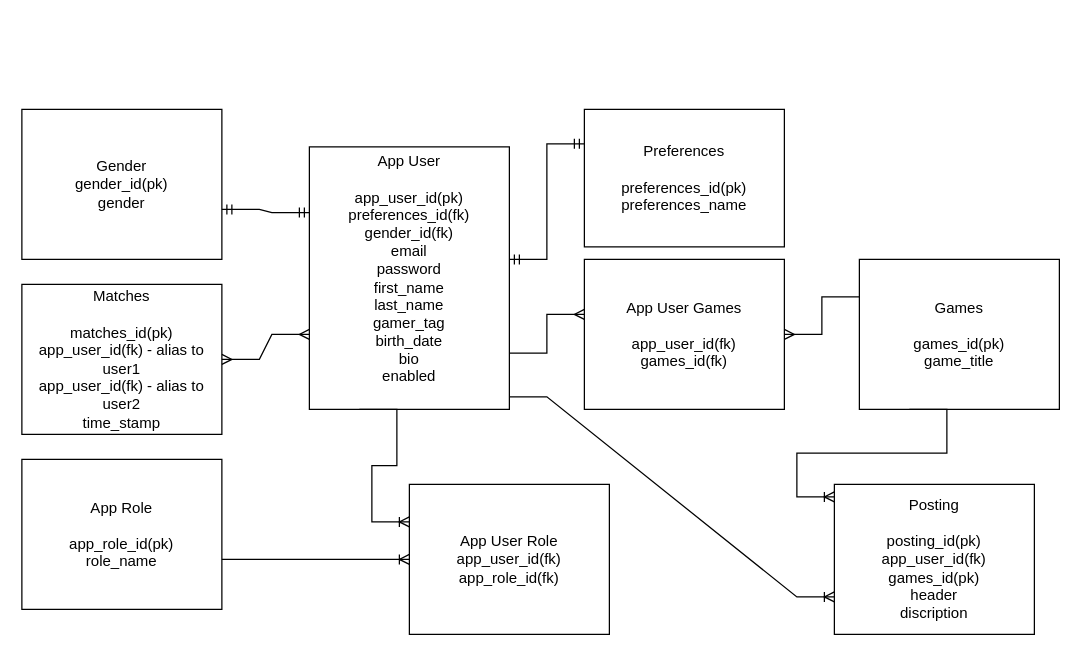
Earlier version of the draw.io diagram capstone.drawio (JLDeee/capstone). Source tidied: cells renumbered, new cells numbered last; positions are measured from the earlier drawing's top-left corner, leaving out a move shared by most shapes. Both pictures are drawn from the tidied source at 125%, with x=0, y=0 at pixel (21, 109).
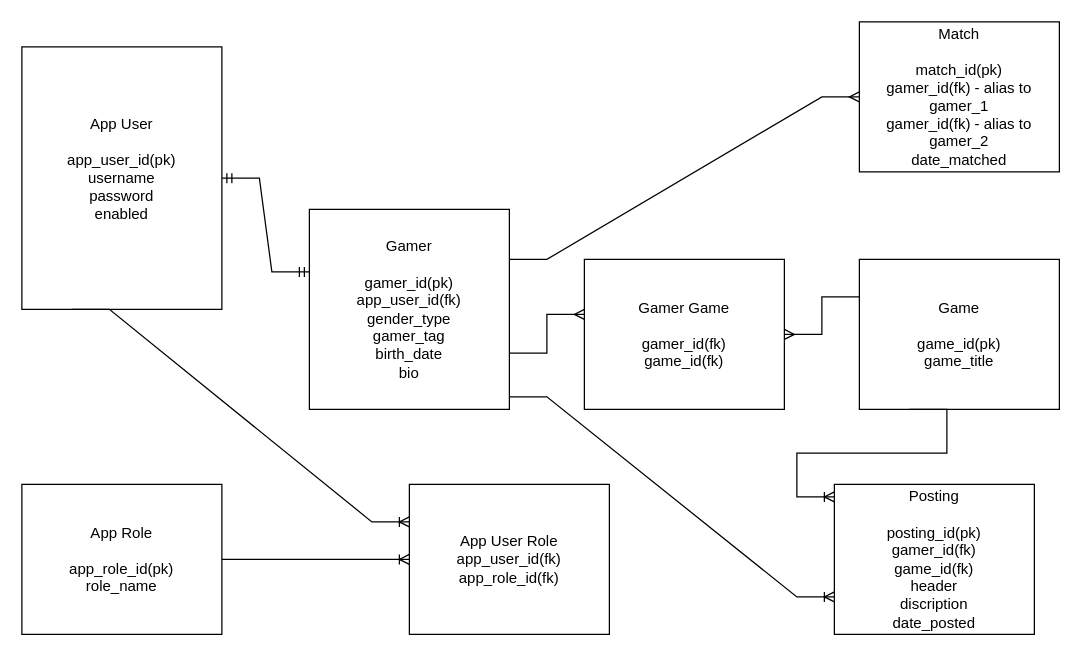
The same page after the edit.

The edit, as a diff of the source:
```diff
@@
-    <mxCell id="3" value="App User&lt;br&gt;&lt;br&gt;app_user_id(pk)&lt;br&gt;preferences_id(fk)&lt;br&gt;gender_id(fk)&lt;br&gt;&lt;div style=&quot;&quot;&gt;email&lt;/div&gt;&lt;div style=&quot;&quot;&gt;password&lt;/div&gt;&lt;div style=&quot;&quot;&gt;&lt;div&gt;first_name&lt;/div&gt;&lt;div&gt;last_name&lt;/div&gt;&lt;div&gt;gamer_tag&lt;/div&gt;&lt;/div&gt;&lt;div style=&quot;&quot;&gt;birth_date&lt;/div&gt;&lt;div style=&quot;&quot;&gt;bio&lt;/div&gt;&lt;div style=&quot;&quot;&gt;enabled&lt;/div&gt;&lt;div style=&quot;&quot;&gt;&lt;br&gt;&lt;/div&gt;" style="rounded=0;whiteSpace=wrap;html=1;align=center;" parent="1" vertex="1">
-      <mxGeometry x="230" y="30" width="160" height="210" as="geometry" />
+    <mxCell id="3" value="App User&lt;br&gt;&lt;br&gt;app_user_id(pk)&lt;br&gt;&lt;div style=&quot;&quot;&gt;username&lt;/div&gt;&lt;div style=&quot;&quot;&gt;password&lt;/div&gt;&lt;div style=&quot;&quot;&gt;enabled&lt;/div&gt;&lt;div style=&quot;&quot;&gt;&lt;br&gt;&lt;/div&gt;" style="rounded=0;whiteSpace=wrap;html=1;align=center;" parent="1" vertex="1">
+      <mxGeometry y="-50" width="160" height="210" as="geometry" />
     </mxCell>
-    <mxCell id="4" value="Games&lt;br&gt;&lt;br&gt;games_id(pk)&lt;br&gt;game_title" style="rounded=0;whiteSpace=wrap;html=1;" parent="1" vertex="1">
+    <mxCell id="4" value="Game&lt;br&gt;&lt;br&gt;game_id(pk)&lt;br&gt;game_title" style="rounded=0;whiteSpace=wrap;html=1;" parent="1" vertex="1">
       <mxGeometry x="670" y="120" width="160" height="120" as="geometry" />
     </mxCell>
-    <mxCell id="5" value="App User Games&lt;br&gt;&lt;br&gt;app_user_id(fk)&lt;br&gt;games_id(fk)" style="rounded=0;whiteSpace=wrap;html=1;" parent="1" vertex="1">
+    <mxCell id="5" value="Gamer Game&lt;br&gt;&lt;br&gt;gamer_id(fk)&lt;br&gt;game_id(fk)" style="rounded=0;whiteSpace=wrap;html=1;" parent="1" vertex="1">
       <mxGeometry x="450" y="120" width="160" height="120" as="geometry" />
     </mxCell>
-    <mxCell id="6" value="Matches&lt;br&gt;&lt;br&gt;matches_id(pk)&lt;br&gt;app_user_id(fk) - alias to user1&lt;br&gt;app_user_id(fk) - alias to user2&lt;br&gt;time_stamp" style="rounded=0;whiteSpace=wrap;html=1;" parent="1" vertex="1">
-      <mxGeometry y="140" width="160" height="120" as="geometry" />
+    <mxCell id="6" value="Match&lt;br&gt;&lt;br&gt;match_id(pk)&lt;br&gt;gamer_id(fk) - alias to gamer_1&lt;br&gt;gamer_id(fk) - alias to gamer_2&lt;br&gt;date_matched" style="rounded=0;whiteSpace=wrap;html=1;" parent="1" vertex="1">
+      <mxGeometry x="670" y="-70" width="160" height="120" as="geometry" />
     </mxCell>
-    <mxCell id="7" style="edgeStyle=entityRelationEdgeStyle;fontSize=12;html=1;endArrow=ERmany;startArrow=ERmany;rounded=0;" parent="1" edge="1">
-      <mxGeometry relative="1" as="geometry">
-        <mxPoint x="160" y="200" as="sourcePoint" />
-        <mxPoint x="230" y="180" as="targetPoint" />
-      </mxGeometry>
-    </mxCell>
     <mxCell id="8" value="App Role&lt;br&gt;&lt;br&gt;app_role_id(pk)&lt;br&gt;role_name" style="rounded=0;whiteSpace=wrap;html=1;" parent="1" vertex="1">
-      <mxGeometry y="280" width="160" height="120" as="geometry" />
+      <mxGeometry y="300" width="160" height="120" as="geometry" />
     </mxCell>
@@
-    <mxCell id="10" value="Posting&lt;br&gt;&lt;br&gt;posting_id(pk)&lt;br&gt;app_user_id(fk)&lt;br&gt;games_id(pk)&lt;br&gt;header&lt;br&gt;discription" style="rounded=0;whiteSpace=wrap;html=1;" parent="1" vertex="1">
+    <mxCell id="10" value="Posting&lt;br&gt;&lt;br&gt;posting_id(pk)&lt;br&gt;gamer_id(fk)&lt;br&gt;game_id(fk)&lt;br&gt;header&lt;br&gt;discription&lt;br&gt;date_posted" style="rounded=0;whiteSpace=wrap;html=1;" parent="1" vertex="1">
       <mxGeometry x="650" y="300" width="160" height="120" as="geometry" />
     </mxCell>
@@
-    <mxCell id="17" value="Preferences&lt;br&gt;&lt;br&gt;preferences_id(pk)&lt;br&gt;preferences_name" style="rounded=0;whiteSpace=wrap;html=1;" parent="1" vertex="1">
-      <mxGeometry x="450" width="160" height="110" as="geometry" />
-    </mxCell>
-    <mxCell id="18" style="edgeStyle=entityRelationEdgeStyle;fontSize=12;html=1;endArrow=ERmandOne;startArrow=ERmandOne;rounded=0;entryX=0;entryY=0.25;entryDx=0;entryDy=0;" parent="1" edge="1" target="17">
-      <mxGeometry relative="1" as="geometry">
-        <mxPoint x="390" y="120" as="sourcePoint" />
-      </mxGeometry>
-    </mxCell>
-    <mxCell id="19" value="Gender&lt;br&gt;gender_id(pk)&lt;br&gt;gender" style="rounded=0;whiteSpace=wrap;html=1;" parent="1" vertex="1">
-      <mxGeometry width="160" height="120" as="geometry" />
-    </mxCell>
-    <mxCell id="20" style="edgeStyle=entityRelationEdgeStyle;fontSize=12;html=1;endArrow=ERmandOne;startArrow=ERmandOne;rounded=0;entryX=0;entryY=0.25;entryDx=0;entryDy=0;" parent="1" edge="1" target="3">
-      <mxGeometry relative="1" as="geometry">
-        <mxPoint x="160" y="80" as="sourcePoint" />
-      </mxGeometry>
-    </mxCell>
+    <mxCell id="21" value="Gamer&lt;br&gt;&lt;br&gt;gamer_id(pk)&lt;br&gt;app_user_id(fk)&lt;br&gt;gender_type&lt;br&gt;&lt;div&gt;&lt;div&gt;gamer_tag&lt;/div&gt;&lt;/div&gt;&lt;div&gt;birth_date&lt;/div&gt;&lt;div&gt;bio&lt;/div&gt;" style="rounded=0;whiteSpace=wrap;html=1;" parent="1" vertex="1">
+      <mxGeometry x="230" y="80" width="160" height="160" as="geometry" />
+    </mxCell>
+    <mxCell id="22" style="edgeStyle=entityRelationEdgeStyle;fontSize=12;html=1;endArrow=ERmandOne;startArrow=ERmandOne;rounded=0;exitX=1;exitY=0.5;exitDx=0;exitDy=0;" parent="1" edge="1" source="3">
+      <mxGeometry relative="1" as="geometry">
+        <mxPoint x="230" y="130" as="targetPoint" />
+      </mxGeometry>
+    </mxCell>
+    <mxCell id="23" style="edgeStyle=entityRelationEdgeStyle;fontSize=12;html=1;endArrow=ERmany;rounded=0;entryX=0;entryY=0.5;entryDx=0;entryDy=0;" parent="1" edge="1" target="6">
+      <mxGeometry relative="1" as="geometry">
+        <mxPoint x="390" y="120" as="sourcePoint" />
+      </mxGeometry>
+    </mxCell>
```
